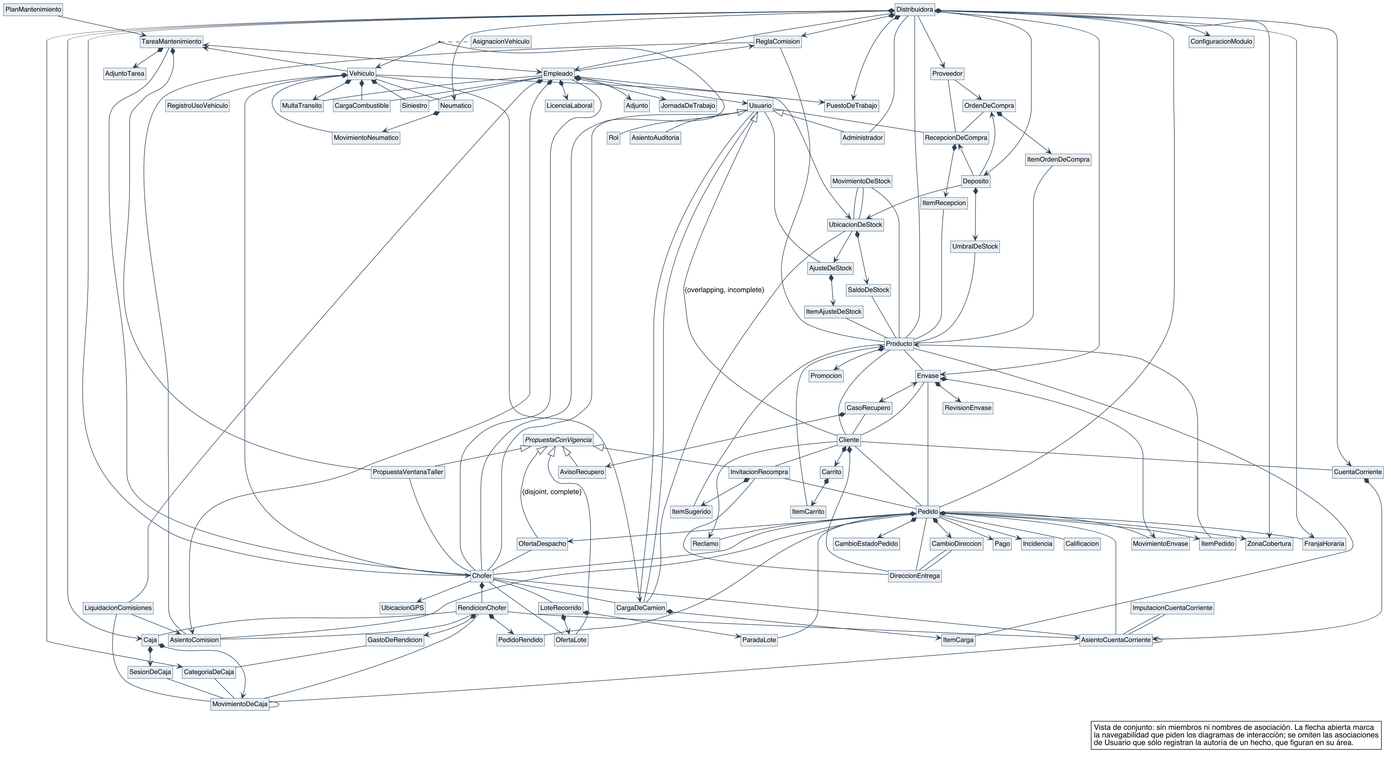
Before: diagramas/clases-diseno/DC_General.png, a diagram exported from PlantUML (Nahuelito-Dev/splg-docs). Source of this version:
```plantuml
@startuml
skinparam backgroundColor #FFFFFF
skinparam shadowing false
skinparam defaultFontName Helvetica
skinparam defaultFontSize 13
skinparam dpi 150
skinparam nodesep 40
skinparam ranksep 55
skinparam classAttributeIconSize 0
skinparam roundCorner 0
skinparam genericDisplay old
skinparam class {
  BorderColor #2C4257
  BackgroundColor #FFFFFF
  ArrowColor #2C4257
  FontSize 14
  AttributeFontSize 12
  HeaderBackgroundColor #E8EEF3
}
skinparam class<<referencia>> {
  BackgroundColor #F1F1F1
  BorderColor #8A97A3
  FontColor #55616C
}
skinparam class<<fachada>> {
  HeaderBackgroundColor #D6E4F0
}
skinparam class<<controlador>> {
  HeaderBackgroundColor #D6E4F0
}
skinparam class<<fabricación pura>> {
  HeaderBackgroundColor #F3E9CF
}
skinparam class<<colección>> {
  HeaderBackgroundColor #E6E6E6
}
skinparam class<<adaptador>> {
  HeaderBackgroundColor #DCEBDD
}
skinparam interface {
  BorderColor #2C4257
  BackgroundColor #FFFFFF
  HeaderBackgroundColor #DCEBDD
  FontSize 14
  AttributeFontSize 12
}
skinparam note {
  BackgroundColor #FFFFFF
  BorderColor #2C4257
}
skinparam packageStyle rectangle
skinparam package {
  BorderColor #8A97A3
  FontSize 13
  FontColor #55616C
}
hide circle
hide empty members

skinparam nodesep 18
skinparam ranksep 35
class Distribuidora
class Usuario
class Rol
class Administrador
class ConfiguracionModulo
class AsientoAuditoria
class Cliente
class DireccionEntrega
class InvitacionRecompra
class ItemSugerido
class Producto
class Promocion
class Envase
class MovimientoEnvase
class RevisionEnvase
class CasoRecupero
class AvisoRecupero
class Carrito
class ItemCarrito
class Pedido
class ItemPedido
class CambioEstadoPedido
class CambioDireccion
class ZonaCobertura
class FranjaHoraria
class Pago
abstract class PropuestaConVigencia
class OfertaDespacho
class LoteRecorrido
class ParadaLote
class OfertaLote
class Chofer
class Vehiculo
class AsignacionVehiculo
class PlanMantenimiento
class TareaMantenimiento
class AdjuntoTarea
class PropuestaVentanaTaller
class UbicacionGPS
class RegistroUsoVehiculo
class Reclamo
class Incidencia
class Calificacion
class PuestoDeTrabajo
class Empleado
class JornadaDeTrabajo
class LicenciaLaboral
class Adjunto
class CargaCombustible
class MultaTransito
class Siniestro
class Neumatico
class MovimientoNeumatico
class Deposito
class UbicacionDeStock
class SaldoDeStock
class MovimientoDeStock
class UmbralDeStock
class AjusteDeStock
class ItemAjusteDeStock
class CargaDeCamion
class ItemCarga
class Proveedor
class OrdenDeCompra
class ItemOrdenDeCompra
class RecepcionDeCompra
class ItemRecepcion
class Caja
class SesionDeCaja
class CategoriaDeCaja
class MovimientoDeCaja
class RendicionChofer
class PedidoRendido
class GastoDeRendicion
class CuentaCorriente
class AsientoCuentaCorriente
class ImputacionCuentaCorriente
class ReglaComision
class AsientoComision
class LiquidacionComisiones

Usuario <|-- Cliente : {overlapping, incomplete}
Usuario <|-- Chofer
Usuario <|-- Administrador
PropuestaConVigencia <|-- OfertaDespacho : {disjoint, complete}
PropuestaConVigencia <|-- OfertaLote
PropuestaConVigencia <|-- PropuestaVentanaTaller
PropuestaConVigencia <|-- InvitacionRecompra
PropuestaConVigencia <|-- AvisoRecupero
Usuario -- Rol
Distribuidora --> Chofer
Distribuidora -- Administrador
Distribuidora --> Empleado
Distribuidora *--> PuestoDeTrabajo
Distribuidora -- Producto
Distribuidora --> Envase
Distribuidora -- Pedido
Distribuidora *--> ZonaCobertura
Distribuidora *--> FranjaHoraria
Distribuidora *--> ConfiguracionModulo
Usuario -- AsientoAuditoria
Cliente *-- DireccionEntrega
Cliente -- Pedido
Cliente *--> Carrito
Cliente -- InvitacionRecompra
Cliente -- Producto
InvitacionRecompra -- Pedido
InvitacionRecompra *--> ItemSugerido
InvitacionRecompra -- DireccionEntrega
ItemSugerido -- Producto
Carrito *--> ItemCarrito
ItemCarrito --> Producto
Pedido *--> ItemPedido
ItemPedido --> Producto
Pedido -- DireccionEntrega
Pedido -- FranjaHoraria
Pedido --> ZonaCobertura
Pedido *--> CambioEstadoPedido
Pedido *--> CambioDireccion
CambioDireccion -- DireccionEntrega
CambioDireccion -- DireccionEntrega
Chofer -- Pedido
Pedido --> Pago
Pedido *--> OfertaDespacho
OfertaDespacho -- Chofer
LoteRecorrido *--> ParadaLote
ParadaLote -- Pedido
LoteRecorrido *--> OfertaLote
OfertaLote -- Chofer
Chofer -- LoteRecorrido
Chofer --> Vehiculo
Chofer --> Vehiculo
Chofer --> UbicacionGPS
PlanMantenimiento --> TareaMantenimiento
TareaMantenimiento <-- Vehiculo
TareaMantenimiento -- Chofer
TareaMantenimiento *-- PropuestaVentanaTaller
TareaMantenimiento *--> AdjuntoTarea
PropuestaVentanaTaller -- Chofer
Vehiculo *-- RegistroUsoVehiculo
Producto *--> Promocion
Producto -- Envase
Envase *--> MovimientoEnvase
Envase *--> RevisionEnvase
Pedido -- MovimientoEnvase
Cliente -- Envase
Pedido -- Envase
Envase <--> CasoRecupero
CasoRecupero -- Cliente
CasoRecupero *--> AvisoRecupero
Empleado --> PuestoDeTrabajo
Empleado --> Usuario
Empleado *--> JornadaDeTrabajo
Empleado *--> LicenciaLaboral
Empleado *--> Adjunto
TareaMantenimiento <--> Empleado
Vehiculo *-- CargaCombustible
Vehiculo *--> MultaTransito
Vehiculo *-- Siniestro
Vehiculo -- Neumatico
Distribuidora *--> Neumatico
Neumatico *--> MovimientoNeumatico
MovimientoNeumatico -- Vehiculo
Empleado -- CargaCombustible
Empleado -- MultaTransito
Empleado -- Siniestro
Pedido -- Reclamo
Cliente --> Reclamo
Pedido --> Incidencia
Pedido -- Calificacion
Distribuidora --> Deposito
Distribuidora --> Proveedor
Deposito --> UbicacionDeStock
Vehiculo --> UbicacionDeStock
UbicacionDeStock *--> SaldoDeStock
SaldoDeStock -- Producto
MovimientoDeStock -- Producto
MovimientoDeStock -- UbicacionDeStock
MovimientoDeStock -- UbicacionDeStock
Deposito *--> UmbralDeStock
UmbralDeStock -- Producto
UbicacionDeStock --> AjusteDeStock
AjusteDeStock *--> ItemAjusteDeStock
ItemAjusteDeStock -- Producto
Usuario -- AjusteDeStock
Proveedor --> OrdenDeCompra
OrdenDeCompra <-- Deposito
OrdenDeCompra *--> ItemOrdenDeCompra
ItemOrdenDeCompra -- Producto
Proveedor -- RecepcionDeCompra
OrdenDeCompra -- RecepcionDeCompra
RecepcionDeCompra <-- Deposito
RecepcionDeCompra *--> ItemRecepcion
ItemRecepcion -- Producto
Usuario -- RecepcionDeCompra
Vehiculo --> CargaDeCamion
Chofer -- CargaDeCamion
CargaDeCamion -- UbicacionDeStock
CargaDeCamion *--> ItemCarga
ItemCarga -- Producto
Usuario -- CargaDeCamion
Usuario -- CargaDeCamion
Distribuidora *--> Caja
Distribuidora *--> CategoriaDeCaja
Distribuidora *--> CuentaCorriente
Distribuidora *--> ReglaComision
Caja *--> SesionDeCaja
Caja *--> MovimientoDeCaja
SesionDeCaja -- MovimientoDeCaja
CategoriaDeCaja -- MovimientoDeCaja
MovimientoDeCaja -- MovimientoDeCaja
Chofer *-- RendicionChofer
RendicionChofer -- Caja
RendicionChofer -- MovimientoDeCaja
RendicionChofer *--> PedidoRendido
PedidoRendido -- Pedido
RendicionChofer *--> GastoDeRendicion
GastoDeRendicion -- CategoriaDeCaja
Cliente -- CuentaCorriente
CuentaCorriente *--> AsientoCuentaCorriente
Pedido -- AsientoCuentaCorriente
AsientoCuentaCorriente -- MovimientoDeCaja
Chofer -- AsientoCuentaCorriente
RendicionChofer --> AsientoCuentaCorriente
AsientoCuentaCorriente -- AsientoCuentaCorriente
ImputacionCuentaCorriente -- AsientoCuentaCorriente
ImputacionCuentaCorriente -- AsientoCuentaCorriente
ReglaComision <-- Empleado
ReglaComision -- Producto
Empleado *--> AsientoComision
Empleado *-- LiquidacionComisiones
Empleado -- Chofer
AsientoComision -- Pedido
ReglaComision -- AsientoComision
LiquidacionComisiones --> AsientoComision
RendicionChofer -- AsientoComision
LiquidacionComisiones -- MovimientoDeCaja
(Chofer, Vehiculo) .. AsignacionVehiculo

legend bottom right
  Vista de conjunto: sin miembros ni nombres de asociación. La flecha abierta marca
  la navegabilidad que piden los diagramas de interacción; se omiten las asociaciones
  de Usuario que sólo registran la autoría de un hecho, que figuran en su área.
endlegend
@enduml
```
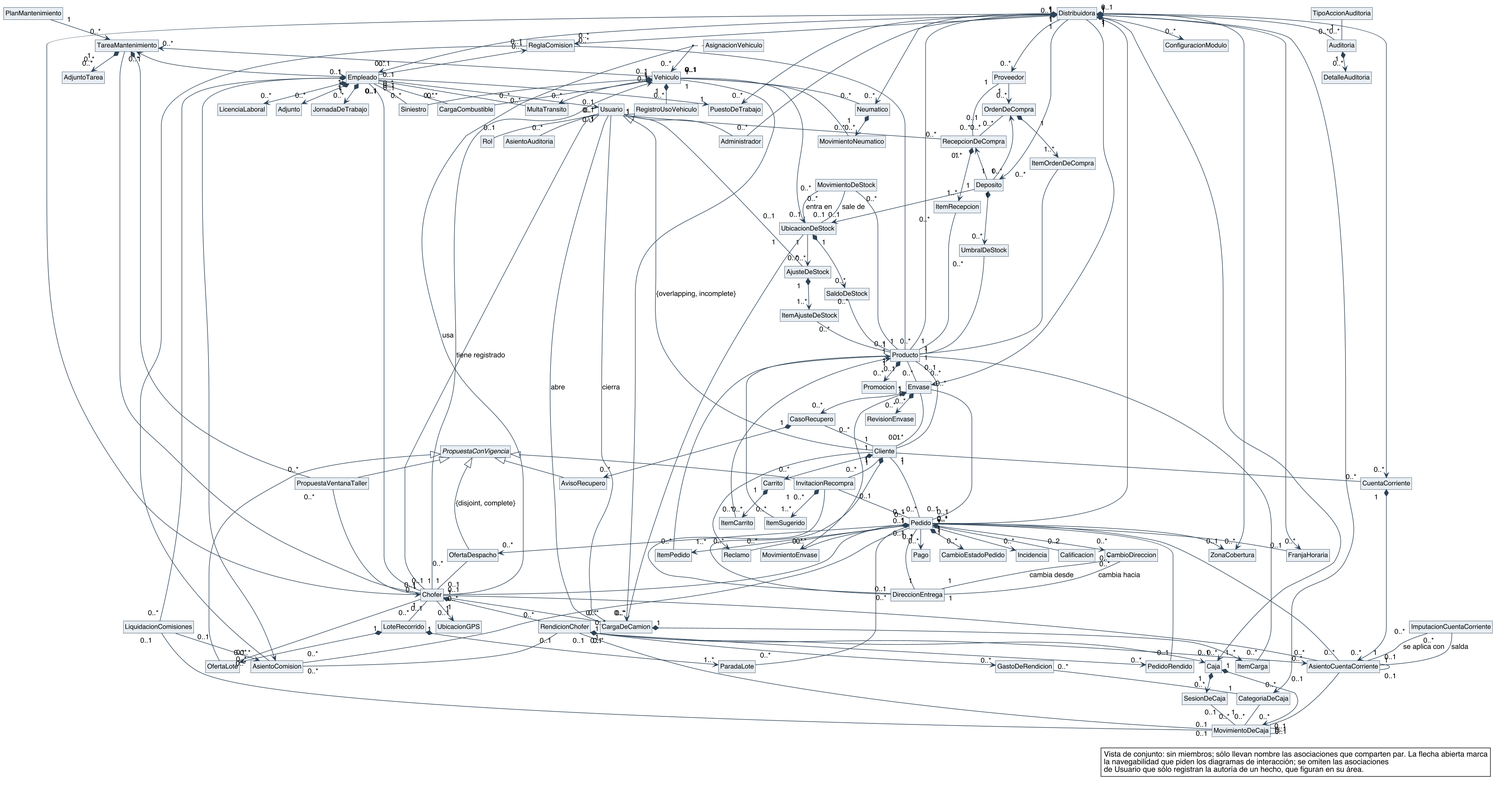
Later version of the same file.

The edit, as a diff of the source:
```diff
@@ -65,6 +65,9 @@
 class Administrador
 class ConfiguracionModulo
 class AsientoAuditoria
+class Auditoria
+class DetalleAuditoria
+class TipoAccionAuditoria
 class Cliente
 class DireccionEntrega
 class InvitacionRecompra
@@ -148,158 +151,161 @@
 PropuestaConVigencia <|-- PropuestaVentanaTaller
 PropuestaConVigencia <|-- InvitacionRecompra
 PropuestaConVigencia <|-- AvisoRecupero
-Usuario -- Rol
-Distribuidora --> Chofer
-Distribuidora -- Administrador
-Distribuidora --> Empleado
-Distribuidora *--> PuestoDeTrabajo
-Distribuidora -- Producto
-Distribuidora --> Envase
-Distribuidora -- Pedido
-Distribuidora *--> ZonaCobertura
-Distribuidora *--> FranjaHoraria
-Distribuidora *--> ConfiguracionModulo
-Usuario -- AsientoAuditoria
-Cliente *-- DireccionEntrega
-Cliente -- Pedido
-Cliente *--> Carrito
-Cliente -- InvitacionRecompra
-Cliente -- Producto
-InvitacionRecompra -- Pedido
-InvitacionRecompra *--> ItemSugerido
-InvitacionRecompra -- DireccionEntrega
-ItemSugerido -- Producto
-Carrito *--> ItemCarrito
-ItemCarrito --> Producto
-Pedido *--> ItemPedido
-ItemPedido --> Producto
-Pedido -- DireccionEntrega
-Pedido -- FranjaHoraria
-Pedido --> ZonaCobertura
-Pedido *--> CambioEstadoPedido
-Pedido *--> CambioDireccion
-CambioDireccion -- DireccionEntrega
-CambioDireccion -- DireccionEntrega
-Chofer -- Pedido
-Pedido --> Pago
-Pedido *--> OfertaDespacho
-OfertaDespacho -- Chofer
-LoteRecorrido *--> ParadaLote
-ParadaLote -- Pedido
-LoteRecorrido *--> OfertaLote
-OfertaLote -- Chofer
-Chofer -- LoteRecorrido
-Chofer --> Vehiculo
-Chofer --> Vehiculo
-Chofer --> UbicacionGPS
-PlanMantenimiento --> TareaMantenimiento
-TareaMantenimiento <-- Vehiculo
-TareaMantenimiento -- Chofer
-TareaMantenimiento *-- PropuestaVentanaTaller
-TareaMantenimiento *--> AdjuntoTarea
-PropuestaVentanaTaller -- Chofer
-Vehiculo *-- RegistroUsoVehiculo
-Producto *--> Promocion
-Producto -- Envase
-Envase *--> MovimientoEnvase
-Envase *--> RevisionEnvase
-Pedido -- MovimientoEnvase
-Cliente -- Envase
-Pedido -- Envase
-Envase <--> CasoRecupero
-CasoRecupero -- Cliente
-CasoRecupero *--> AvisoRecupero
-Empleado --> PuestoDeTrabajo
-Empleado --> Usuario
-Empleado *--> JornadaDeTrabajo
-Empleado *--> LicenciaLaboral
-Empleado *--> Adjunto
-TareaMantenimiento <--> Empleado
-Vehiculo *-- CargaCombustible
-Vehiculo *--> MultaTransito
-Vehiculo *-- Siniestro
-Vehiculo -- Neumatico
-Distribuidora *--> Neumatico
-Neumatico *--> MovimientoNeumatico
-MovimientoNeumatico -- Vehiculo
-Empleado -- CargaCombustible
-Empleado -- MultaTransito
-Empleado -- Siniestro
-Pedido -- Reclamo
-Cliente --> Reclamo
-Pedido --> Incidencia
-Pedido -- Calificacion
-Distribuidora --> Deposito
-Distribuidora --> Proveedor
-Deposito --> UbicacionDeStock
-Vehiculo --> UbicacionDeStock
-UbicacionDeStock *--> SaldoDeStock
-SaldoDeStock -- Producto
-MovimientoDeStock -- Producto
-MovimientoDeStock -- UbicacionDeStock
-MovimientoDeStock -- UbicacionDeStock
-Deposito *--> UmbralDeStock
-UmbralDeStock -- Producto
-UbicacionDeStock --> AjusteDeStock
-AjusteDeStock *--> ItemAjusteDeStock
-ItemAjusteDeStock -- Producto
-Usuario -- AjusteDeStock
-Proveedor --> OrdenDeCompra
-OrdenDeCompra <-- Deposito
-OrdenDeCompra *--> ItemOrdenDeCompra
-ItemOrdenDeCompra -- Producto
-Proveedor -- RecepcionDeCompra
-OrdenDeCompra -- RecepcionDeCompra
-RecepcionDeCompra <-- Deposito
-RecepcionDeCompra *--> ItemRecepcion
-ItemRecepcion -- Producto
-Usuario -- RecepcionDeCompra
-Vehiculo --> CargaDeCamion
-Chofer -- CargaDeCamion
-CargaDeCamion -- UbicacionDeStock
-CargaDeCamion *--> ItemCarga
-ItemCarga -- Producto
-Usuario -- CargaDeCamion
-Usuario -- CargaDeCamion
-Distribuidora *--> Caja
-Distribuidora *--> CategoriaDeCaja
-Distribuidora *--> CuentaCorriente
-Distribuidora *--> ReglaComision
-Caja *--> SesionDeCaja
-Caja *--> MovimientoDeCaja
-SesionDeCaja -- MovimientoDeCaja
-CategoriaDeCaja -- MovimientoDeCaja
-MovimientoDeCaja -- MovimientoDeCaja
-Chofer *-- RendicionChofer
-RendicionChofer -- Caja
-RendicionChofer -- MovimientoDeCaja
-RendicionChofer *--> PedidoRendido
-PedidoRendido -- Pedido
-RendicionChofer *--> GastoDeRendicion
-GastoDeRendicion -- CategoriaDeCaja
-Cliente -- CuentaCorriente
-CuentaCorriente *--> AsientoCuentaCorriente
-Pedido -- AsientoCuentaCorriente
-AsientoCuentaCorriente -- MovimientoDeCaja
-Chofer -- AsientoCuentaCorriente
-RendicionChofer --> AsientoCuentaCorriente
-AsientoCuentaCorriente -- AsientoCuentaCorriente
-ImputacionCuentaCorriente -- AsientoCuentaCorriente
-ImputacionCuentaCorriente -- AsientoCuentaCorriente
-ReglaComision <-- Empleado
-ReglaComision -- Producto
-Empleado *--> AsientoComision
-Empleado *-- LiquidacionComisiones
-Empleado -- Chofer
-AsientoComision -- Pedido
-ReglaComision -- AsientoComision
-LiquidacionComisiones --> AsientoComision
-RendicionChofer -- AsientoComision
-LiquidacionComisiones -- MovimientoDeCaja
+Usuario "0..*" -- "0..1" Rol
+Distribuidora "1" --> "0..*" Chofer
+Distribuidora "0..1" -- "0..*" Administrador
+Distribuidora "1" --> "0..*" Empleado
+Distribuidora "1" *--> "0..*" PuestoDeTrabajo
+Distribuidora "1" -- "0..*" Producto
+Distribuidora "1" --> "0..*" Envase
+Distribuidora "1" -- "0..*" Pedido
+Distribuidora "1" *--> "0..*" ZonaCobertura
+Distribuidora "1" *--> "0..*" FranjaHoraria
+Distribuidora "1" *--> "0..*" ConfiguracionModulo
+Usuario "0..1" -- "0..*" AsientoAuditoria
+Distribuidora "0..1" -- "0..*" Auditoria
+Auditoria "1" *--> "0..*" DetalleAuditoria
+TipoAccionAuditoria "1" -- "0..*" Auditoria
+Cliente "1" *-- "0..*" DireccionEntrega
+Cliente "1" -- "0..*" Pedido
+Cliente "1" *--> "0..*" Carrito
+Cliente "1" -- "0..*" InvitacionRecompra
+Cliente "0..*" -- "0..1" Producto
+InvitacionRecompra "0..1" -- "0..1" Pedido
+InvitacionRecompra "1" *--> "1..*" ItemSugerido
+InvitacionRecompra "0..*" -- "0..1" DireccionEntrega
+ItemSugerido "0..*" -- "1" Producto
+Carrito "1" *--> "0..*" ItemCarrito
+ItemCarrito "0..*" --> "1" Producto
+Pedido "1" *--> "1..*" ItemPedido
+ItemPedido "0..*" --> "1" Producto
+Pedido "0..*" -- "1" DireccionEntrega
+Pedido "0..*" -- "0..1" FranjaHoraria
+Pedido "0..*" --> "0..1" ZonaCobertura
+Pedido "1" *--> "0..*" CambioEstadoPedido
+Pedido "1" *--> "0..*" CambioDireccion
+CambioDireccion "0..*" -- "1" DireccionEntrega : cambia desde
+CambioDireccion "0..*" -- "1" DireccionEntrega : cambia hacia
+Chofer "0..1" -- "0..*" Pedido
+Pedido "1" --> "0..*" Pago
+Pedido "1" *--> "0..*" OfertaDespacho
+OfertaDespacho "0..*" -- "1" Chofer
+LoteRecorrido "1" *--> "1..*" ParadaLote
+ParadaLote "0..*" -- "1" Pedido
+LoteRecorrido "1" *--> "0..*" OfertaLote
+OfertaLote "0..*" -- "1" Chofer
+Chofer "0..1" -- "0..*" LoteRecorrido
+Chofer "1" --> "0..*" Vehiculo : tiene registrado
+Chofer "0..*" --> "0..*" Vehiculo : usa
+Chofer "1" --> "0..1" UbicacionGPS
+PlanMantenimiento "1" --> "0..*" TareaMantenimiento
+TareaMantenimiento "0..*" <-- "0..1" Vehiculo
+TareaMantenimiento "0..*" -- "0..1" Chofer
+TareaMantenimiento "1" *-- "0..*" PropuestaVentanaTaller
+TareaMantenimiento "1" *--> "0..*" AdjuntoTarea
+PropuestaVentanaTaller "0..*" -- "1" Chofer
+Vehiculo "1" *-- "0..*" RegistroUsoVehiculo
+Producto "1" *--> "0..*" Promocion
+Producto "0..1" -- "0..*" Envase
+Envase "1" *--> "0..*" MovimientoEnvase
+Envase "1" *--> "0..*" RevisionEnvase
+Pedido "0..1" -- "0..*" MovimientoEnvase
+Cliente "0..1" -- "0..*" Envase
+Pedido "0..1" -- "0..*" Envase
+Envase "1" <--> "0..*" CasoRecupero
+CasoRecupero "0..*" -- "1" Cliente
+CasoRecupero "1" *--> "0..*" AvisoRecupero
+Empleado "0..*" --> "1" PuestoDeTrabajo
+Empleado "0..1" --> "0..1" Usuario
+Empleado "1" *--> "0..*" JornadaDeTrabajo
+Empleado "1" *--> "0..*" LicenciaLaboral
+Empleado "1" *--> "0..*" Adjunto
+TareaMantenimiento "0..*" <--> "0..1" Empleado
+Vehiculo "1" *-- "0..*" CargaCombustible
+Vehiculo "1" *--> "0..*" MultaTransito
+Vehiculo "1" *-- "0..*" Siniestro
+Vehiculo "0..1" -- "0..*" Neumatico
+Distribuidora "1" *--> "0..*" Neumatico
+Neumatico "1" *--> "0..*" MovimientoNeumatico
+MovimientoNeumatico "0..*" -- "0..1" Vehiculo
+Empleado "0..1" -- "0..*" CargaCombustible
+Empleado "0..1" -- "0..*" MultaTransito
+Empleado "0..1" -- "0..*" Siniestro
+Pedido "1" -- "0..*" Reclamo
+Cliente "1" --> "0..*" Reclamo
+Pedido "1" --> "0..*" Incidencia
+Pedido "1" -- "0..2" Calificacion
+Distribuidora "1" --> "0..*" Deposito
+Distribuidora "1" --> "0..*" Proveedor
+Deposito "1" --> "0..1" UbicacionDeStock
+Vehiculo "1" --> "0..1" UbicacionDeStock
+UbicacionDeStock "1" *--> "0..*" SaldoDeStock
+SaldoDeStock "0..*" -- "1" Producto
+MovimientoDeStock "0..*" -- "1" Producto
+MovimientoDeStock "0..*" -- "0..1" UbicacionDeStock : sale de
+MovimientoDeStock "0..*" -- "0..1" UbicacionDeStock : entra en
+Deposito "1" *--> "0..*" UmbralDeStock
+UmbralDeStock "0..*" -- "1" Producto
+UbicacionDeStock "1" --> "0..*" AjusteDeStock
+AjusteDeStock "1" *--> "1..*" ItemAjusteDeStock
+ItemAjusteDeStock "0..*" -- "1" Producto
+Usuario "1" -- "0..*" AjusteDeStock
+Proveedor "1" --> "0..*" OrdenDeCompra
+OrdenDeCompra "0..*" <-- "1" Deposito
+OrdenDeCompra "1" *--> "1..*" ItemOrdenDeCompra
+ItemOrdenDeCompra "0..*" -- "1" Producto
+Proveedor "1" -- "0..*" RecepcionDeCompra
+OrdenDeCompra "0..1" -- "0..*" RecepcionDeCompra
+RecepcionDeCompra "0..*" <-- "1" Deposito
+RecepcionDeCompra "1" *--> "1..*" ItemRecepcion
+ItemRecepcion "0..*" -- "1" Producto
+Usuario "1" -- "0..*" RecepcionDeCompra
+Vehiculo "1" --> "0..*" CargaDeCamion
+Chofer "1" -- "0..*" CargaDeCamion
+CargaDeCamion "0..*" -- "1" UbicacionDeStock
+CargaDeCamion "1" *--> "1..*" ItemCarga
+ItemCarga "0..*" -- "1" Producto
+Usuario "1" -- "0..*" CargaDeCamion : abre
+Usuario "0..1" -- "0..*" CargaDeCamion : cierra
+Distribuidora "1" *--> "0..*" Caja
+Distribuidora "1" *--> "0..*" CategoriaDeCaja
+Distribuidora "1" *--> "0..*" CuentaCorriente
+Distribuidora "1" *--> "0..*" ReglaComision
+Caja "1" *--> "0..*" SesionDeCaja
+Caja "1" *--> "0..*" MovimientoDeCaja
+SesionDeCaja "0..1" -- "0..*" MovimientoDeCaja
+CategoriaDeCaja "1" -- "0..*" MovimientoDeCaja
+MovimientoDeCaja "0..1" -- "0..1" MovimientoDeCaja
+Chofer "1" *-- "0..*" RendicionChofer
+RendicionChofer "0..*" --> "0..1" Caja
+RendicionChofer "0..1" -- "0..1" MovimientoDeCaja
+RendicionChofer "1" *--> "0..*" PedidoRendido
+PedidoRendido "0..1" -- "1" Pedido
+RendicionChofer "1" *--> "0..*" GastoDeRendicion
+GastoDeRendicion "0..*" -- "1" CategoriaDeCaja
+Cliente "1" -- "0..*" CuentaCorriente
+CuentaCorriente "1" *--> "0..*" AsientoCuentaCorriente
+Pedido "0..1" -- "0..*" AsientoCuentaCorriente
+AsientoCuentaCorriente "0..1" -- "0..1" MovimientoDeCaja
+Chofer "0..1" -- "0..*" AsientoCuentaCorriente
+RendicionChofer "0..1" --> "0..*" AsientoCuentaCorriente
+AsientoCuentaCorriente "0..1" -- "0..1" AsientoCuentaCorriente
+ImputacionCuentaCorriente "0..*" -- "1" AsientoCuentaCorriente : salda
+ImputacionCuentaCorriente "0..*" -- "1" AsientoCuentaCorriente : se aplica con
+ReglaComision "0..*" <-- "0..1" Empleado
+ReglaComision "0..*" -- "0..1" Producto
+Empleado "1" *--> "0..*" AsientoComision
+Empleado "1" *-- "0..*" LiquidacionComisiones
+Empleado "0..1" -- "0..1" Chofer
+AsientoComision "0..*" -- "0..1" Pedido
+ReglaComision "0..1" -- "0..*" AsientoComision
+LiquidacionComisiones "0..1" --> "0..*" AsientoComision
+RendicionChofer "0..1" -- "0..*" AsientoComision
+LiquidacionComisiones "0..1" -- "0..1" MovimientoDeCaja
 (Chofer, Vehiculo) .. AsignacionVehiculo
 
 legend bottom right
-  Vista de conjunto: sin miembros ni nombres de asociación. La flecha abierta marca
+  Vista de conjunto: sin miembros; sólo llevan nombre las asociaciones que comparten par. La flecha abierta marca
   la navegabilidad que piden los diagramas de interacción; se omiten las asociaciones
   de Usuario que sólo registran la autoría de un hecho, que figuran en su área.
 endlegend
```
